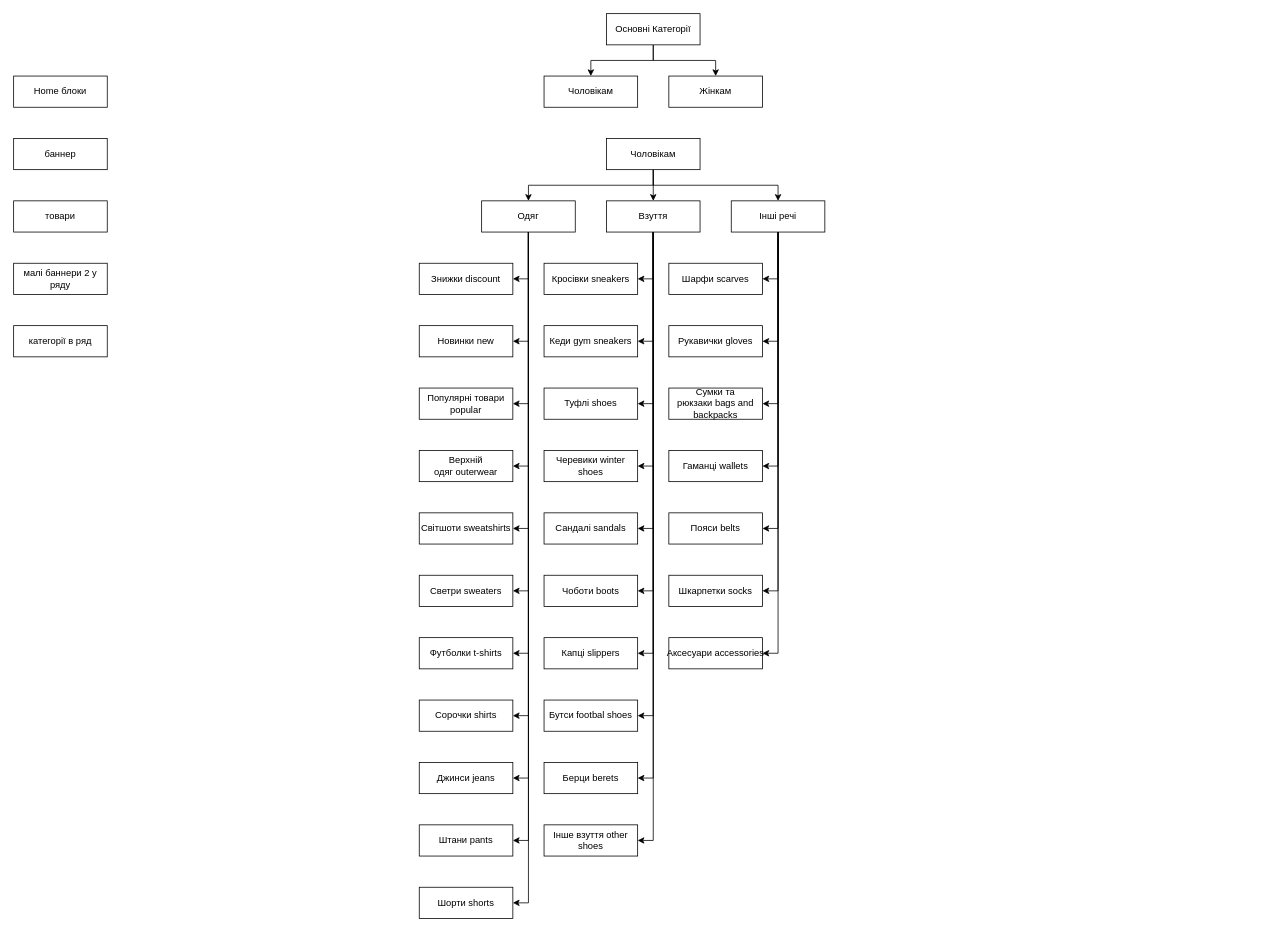
GeorgeShvab/diagrams keeps this draw.io diagram as shvab.drawio. Above is the earlier version. Source tidied: cells renumbered, new cells numbered last; positions are measured from the earlier drawing's top-left corner, leaving out a move shared by most shapes. Both pictures are drawn from the tidied source at 78%, with x=0, y=0 at pixel (13, 13).
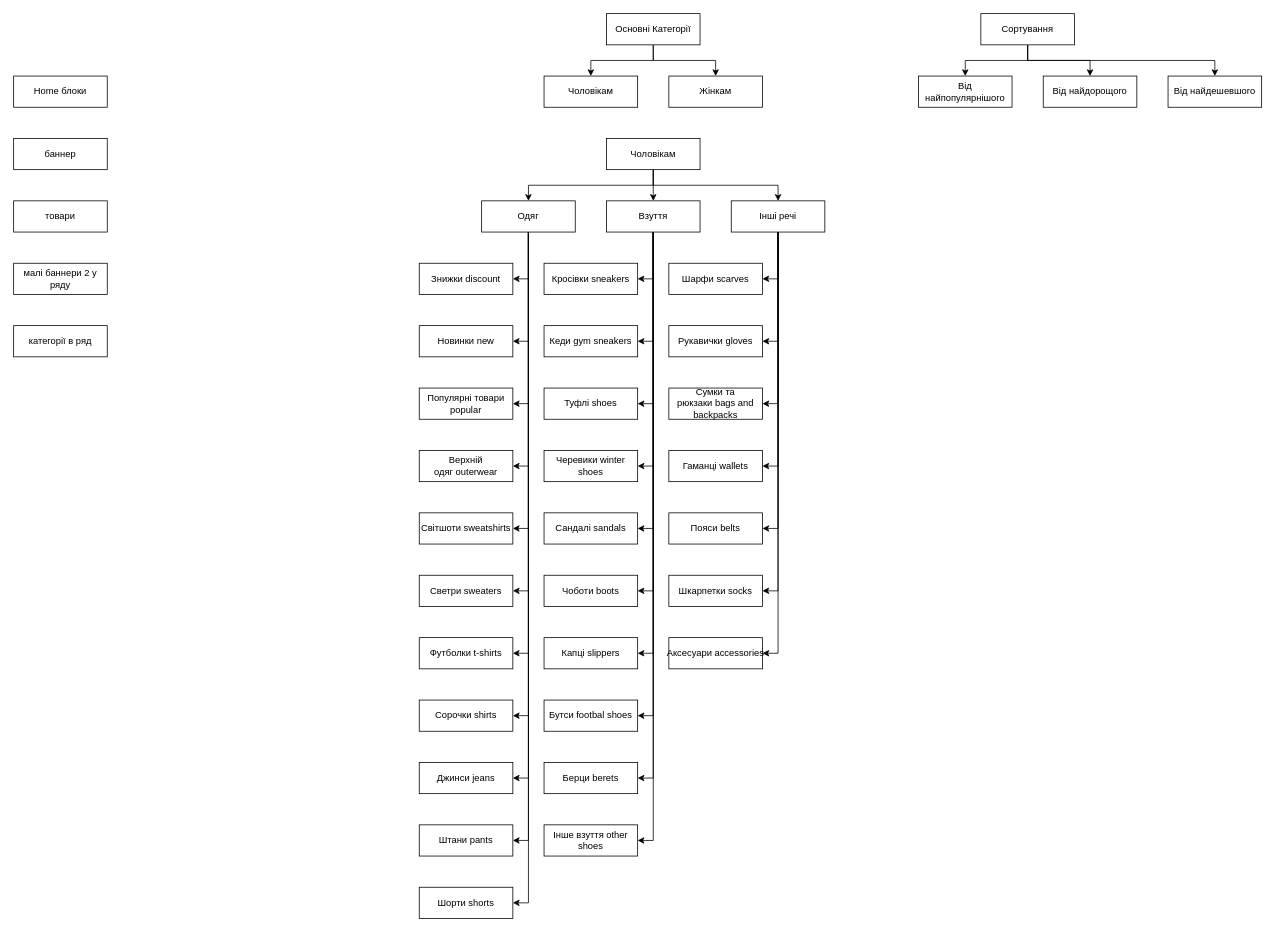
Above is the later version.

What changed in the source:
```diff
@@
+    <mxCell id="75" style="edgeStyle=orthogonalEdgeStyle;rounded=0;jettySize=auto;html=1;exitX=0.5;exitY=1;exitDx=0;exitDy=0;entryX=0.5;entryY=0;entryDx=0;entryDy=0;" parent="1" edge="1" source="78" target="80">
+      <mxGeometry relative="1" as="geometry" />
+    </mxCell>
+    <mxCell id="76" style="edgeStyle=orthogonalEdgeStyle;rounded=0;jettySize=auto;html=1;exitX=0.5;exitY=1;exitDx=0;exitDy=0;entryX=0.5;entryY=0;entryDx=0;entryDy=0;" parent="1" edge="1" source="78" target="79">
+      <mxGeometry relative="1" as="geometry" />
+    </mxCell>
+    <mxCell id="77" style="edgeStyle=orthogonalEdgeStyle;rounded=0;jettySize=auto;html=1;exitX=0.5;exitY=1;exitDx=0;exitDy=0;" parent="1" edge="1" source="78" target="81">
+      <mxGeometry relative="1" as="geometry" />
+    </mxCell>
+    <mxCell id="78" value="Сортування" style="rounded=0;whiteSpace=wrap;html=1;" parent="1" vertex="1">
+      <mxGeometry x="1240" width="120" height="40" as="geometry" />
+    </mxCell>
+    <mxCell id="79" value="Від найпопулярнішого" style="rounded=0;whiteSpace=wrap;html=1;" parent="1" vertex="1">
+      <mxGeometry x="1160" y="80" width="120" height="40" as="geometry" />
+    </mxCell>
+    <mxCell id="80" value="Від найдорощого" style="rounded=0;whiteSpace=wrap;html=1;" parent="1" vertex="1">
+      <mxGeometry x="1320" y="80" width="120" height="40" as="geometry" />
+    </mxCell>
+    <mxCell id="81" value="Від найдешевшого" style="rounded=0;whiteSpace=wrap;html=1;" parent="1" vertex="1">
+      <mxGeometry x="1480" y="80" width="120" height="40" as="geometry" />
+    </mxCell>
```
